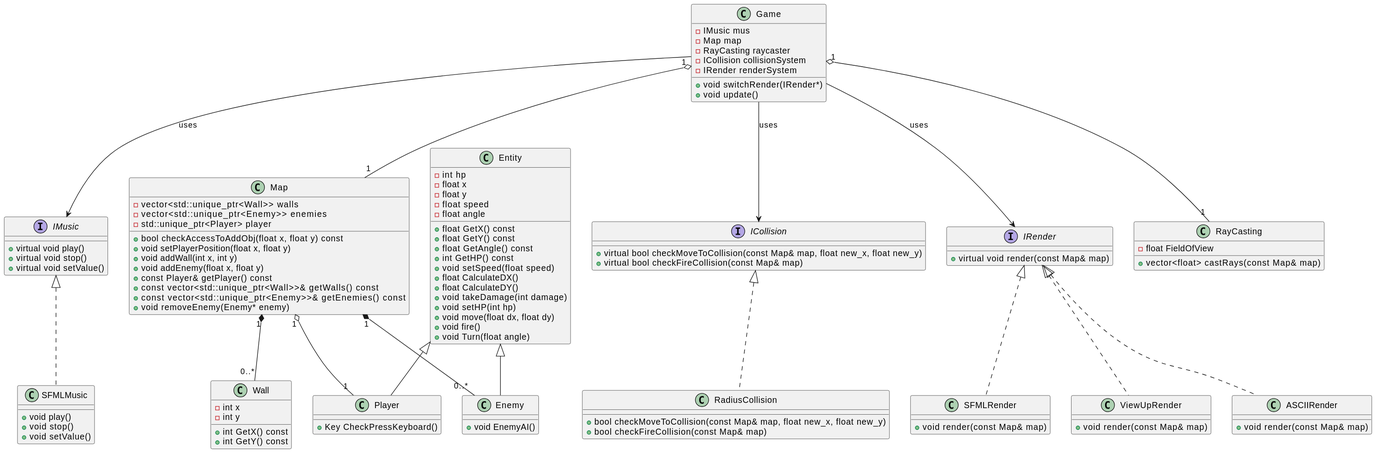
Donnerrollen/Pseudo3D keeps this PlantUML diagram as doc/UML.svg. Above is the earlier version. Its diagram source:
```plantuml
@startuml
class Game {
  -IMusic mus
  -Map map
  -RayCasting raycaster
  -ICollision collisionSystem
  -IRender renderSystem
  +void switchRender(IRender*)
  +void update()
}

interface IMusic {
  +virtual void play()
  +virtual void stop()
  +virtual void setValue()
}

class SFMLMusic {
  +void play()
  +void stop()
  +void setValue()
}

class Map {
  -vector<std::unique_ptr<Wall>> walls
  -vector<std::unique_ptr<Enemy>> enemies
  -std::unique_ptr<Player> player
  +bool checkAccessToAddObj(float x, float y) const
  +void setPlayerPosition(float x, float y)
  +void addWall(int x, int y)
  +void addEnemy(float x, float y)
  +const Player& getPlayer() const
  +const vector<std::unique_ptr<Wall>>& getWalls() const
  +const vector<std::unique_ptr<Enemy>>& getEnemies() const
  +void removeEnemy(Enemy* enemy)
}

class Wall {
  -int x
  -int y
  +int GetX() const
  +int GetY() const
}

interface ICollision {
  +virtual bool checkMoveToCollision(const Map& map, float new_x, float new_y)
  +virtual bool checkFireCollision(const Map& map)
}

class RadiusCollision {
  +bool checkMoveToCollision(const Map& map, float new_x, float new_y)
  +bool checkFireCollision(const Map& map)
}

interface IRender {
  +virtual void render(const Map& map)
}

class RayCasting {
  -float FieldOfView
  +vector<float> castRays(const Map& map)
}

class SFMLRender {
  +void render(const Map& map)
}

class ViewUpRender {
  +void render(const Map& map)
}

class ASCIIRender {
  +void render(const Map& map)
}

class Entity {
  -int hp
  -float x
  -float y
  -float speed
  -float angle
  +float GetX() const
  +float GetY() const
  +float GetAngle() const
  +int GetHP() const
  +void setSpeed(float speed)
  +float CalculateDX()
  +float CalculateDY()
  +void takeDamage(int damage)
  +void setHP(int hp)
  +void move(float dx, float dy)
  +void fire()
  +void Turn(float angle)
}

class Player {
  +Key CheckPressKeyboard()
}

class Enemy {
  +void EnemyAI()
}


Map "1" *-- "0..*" Wall
Map "1" *-- "0..*" Enemy

Map "1" o-- "1" Player

ICollision <|.. RadiusCollision

IRender <|.. SFMLRender
IRender <|.. ViewUpRender
IRender <|.. ASCIIRender

Entity <|-- Player
Entity <|-- Enemy

Game --> ICollision : uses
Game --> IRender : uses

Game --> IMusic : uses

IMusic <|.. SFMLMusic

Game "1" o-- "1" Map

Game "1" o-- "1" RayCasting
@enduml
```
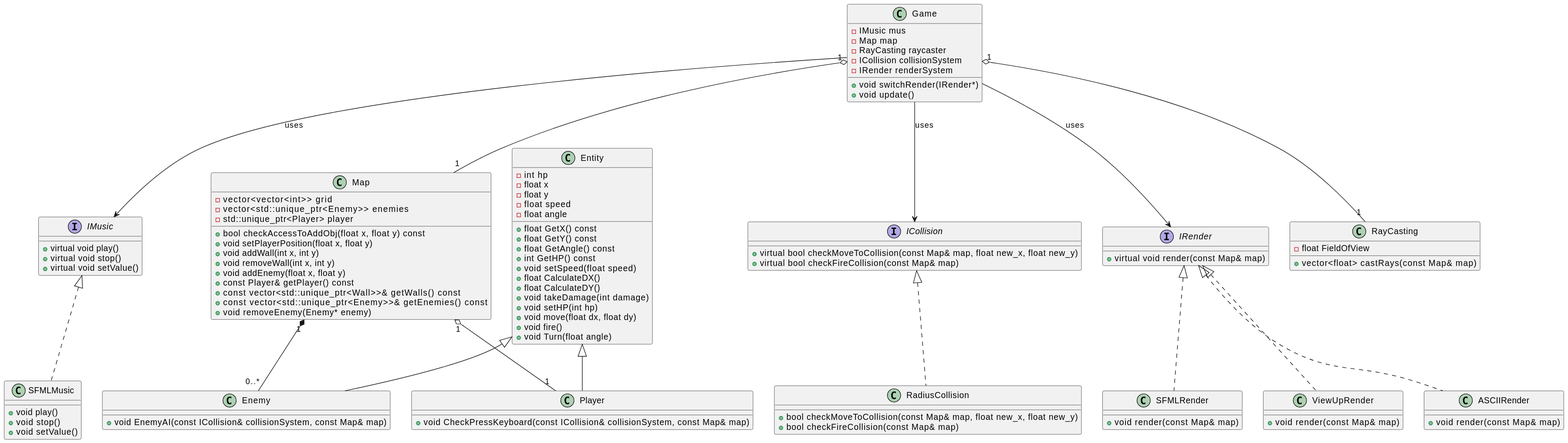
Above is the later version.

Commit message:
Перешел к хранению стен в сетке

What changed in the source:
```diff
@@ -22,24 +22,18 @@
 }
 
 class Map {
-  -vector<std::unique_ptr<Wall>> walls
+  -vector<vector<int>> grid
   -vector<std::unique_ptr<Enemy>> enemies
   -std::unique_ptr<Player> player
   +bool checkAccessToAddObj(float x, float y) const
   +void setPlayerPosition(float x, float y)
   +void addWall(int x, int y)
+  +void removeWall(int x, int y)
   +void addEnemy(float x, float y)
   +const Player& getPlayer() const
   +const vector<std::unique_ptr<Wall>>& getWalls() const
   +const vector<std::unique_ptr<Enemy>>& getEnemies() const
   +void removeEnemy(Enemy* enemy)
-}
-
-class Wall {
-  -int x
-  -int y
-  +int GetX() const
-  +int GetY() const
 }
 
 interface ICollision {
@@ -94,15 +88,14 @@
 }
 
 class Player {
-  +Key CheckPressKeyboard()
+  +void CheckPressKeyboard(const ICollision& collisionSystem, const Map& map)
 }
 
 class Enemy {
-  +void EnemyAI()
+  +void EnemyAI(const ICollision& collisionSystem, const Map& map)
 }
 
 
-Map "1" *-- "0..*" Wall
 Map "1" *-- "0..*" Enemy
 
 Map "1" o-- "1" Player
```
